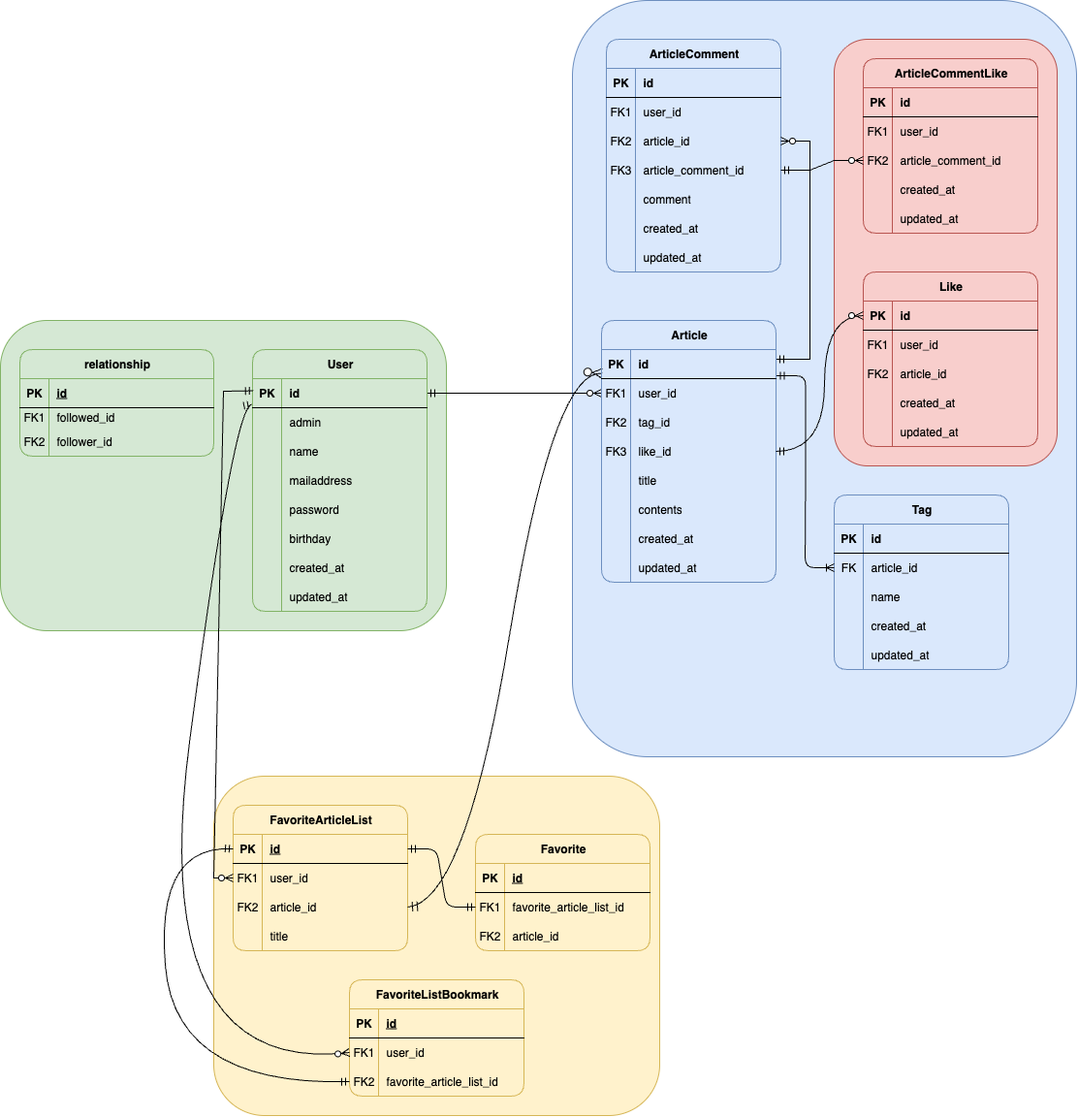
Before: app/assets/images/ER図.png, a diagram exported from draw.io (yoshida1126/articles_app). Source tidied: cells renumbered, new cells last; positions are measured from the earlier drawing's top-left corner, leaving out a move shared by most shapes.
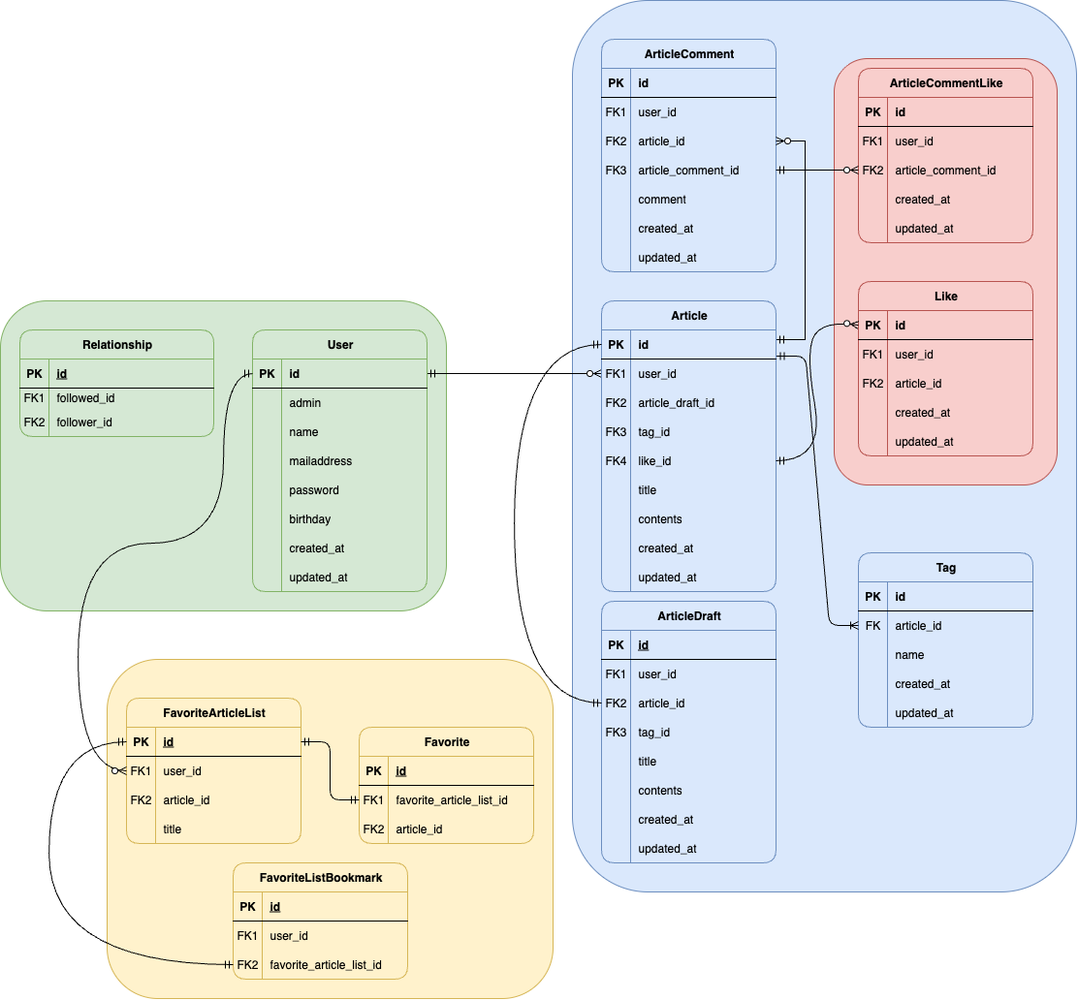
Above is the later version.

What changed in the source:
```diff
@@ -4,10 +4,10 @@
     <mxCell id="1" parent="0" />
+    <mxCell id="3" style="rounded=1;whiteSpace=wrap;html=1;fillColor=#dae8fc;strokeColor=#6c8ebf;" parent="1" vertex="1">
+      <mxGeometry x="590" y="20" width="520" height="920" as="geometry" />
+    </mxCell>
     <mxCell id="2" style="rounded=1;whiteSpace=wrap;html=1;fillColor=#fff2cc;strokeColor=#d6b656;" parent="1" vertex="1">
-      <mxGeometry x="220" y="800" width="460" height="350" as="geometry" />
+      <mxGeometry x="110" y="700" width="460" height="350" as="geometry" />
     </mxCell>
-    <mxCell id="3" style="rounded=1;whiteSpace=wrap;html=1;fillColor=#dae8fc;strokeColor=#6c8ebf;" parent="1" vertex="1">
-      <mxGeometry x="590" width="520" height="780" as="geometry" />
-    </mxCell>
     <mxCell id="4" style="rounded=1;whiteSpace=wrap;html=1;fillColor=#f8cecc;strokeColor=#b85450;" parent="1" vertex="1">
-      <mxGeometry x="860" y="40" width="230" height="440" as="geometry" />
+      <mxGeometry x="860" y="80" width="230" height="440" as="geometry" />
     </mxCell>
@@ -20,3 +20,3 @@
     <mxCell id="7" value="Tag" style="shape=table;startSize=30;rowLines=0;fontStyle=1;align=center;html=1;fillColor=#dae8fc;strokeColor=#6c8ebf;rounded=1;" parent="1" vertex="1">
-      <mxGeometry x="860" y="510" width="180" height="180" as="geometry" />
+      <mxGeometry x="885" y="590" width="180" height="180" as="geometry" />
     </mxCell>
@@ -68,3 +68,3 @@
     <mxCell id="23" value="ArticleComment" style="shape=table;startSize=30;rowLines=0;fontStyle=1;align=center;html=1;fillColor=#dae8fc;strokeColor=#6c8ebf;rounded=1;" parent="1" vertex="1">
-      <mxGeometry x="625" y="40" width="180" height="240" as="geometry" />
+      <mxGeometry x="620" y="60" width="180" height="240" as="geometry" />
     </mxCell>
@@ -139,3 +139,3 @@
     <mxCell id="46" value="ArticleCommentLike" style="shape=table;startSize=30;rowLines=0;fontStyle=1;align=center;html=1;fillColor=#f8cecc;strokeColor=#b85450;rounded=1;" parent="1" vertex="1">
-      <mxGeometry x="890" y="60" width="180" height="180" as="geometry" />
+      <mxGeometry x="885" y="90" width="180" height="180" as="geometry" />
     </mxCell>
@@ -190,3 +190,3 @@
     <mxCell id="63" value="FavoriteArticleList" style="shape=table;startSize=30;rowLines=0;fontStyle=1;align=center;html=1;fillColor=#fff2cc;strokeColor=#d6b656;rounded=1;" parent="1" vertex="1">
-      <mxGeometry x="240" y="830" width="180" height="150" as="geometry" />
+      <mxGeometry x="130" y="740" width="180" height="150" as="geometry" />
     </mxCell>
@@ -228,12 +228,4 @@
     </mxCell>
-    <mxCell id="76" style="fontSize=12;html=1;endArrow=ERzeroToMany;startArrow=ERmandOne;rounded=0;startSize=8;endSize=8;curved=1;entryX=0.004;entryY=0.818;entryDx=0;entryDy=0;entryPerimeter=0;exitX=1;exitY=0.5;exitDx=0;exitDy=0;" parent="1" edge="1" source="70" target="139">
-      <mxGeometry relative="1" as="geometry">
-        <Array as="points">
-          <mxPoint x="480" y="930" />
-          <mxPoint x="570" y="380" />
-        </Array>
-      </mxGeometry>
-    </mxCell>
     <mxCell id="77" value="Favorite" style="shape=table;startSize=30;rowLines=0;fontStyle=1;align=center;html=1;fillColor=#fff2cc;strokeColor=#d6b656;rounded=1;" parent="1" vertex="1">
-      <mxGeometry x="490" y="860" width="180" height="120" as="geometry" />
+      <mxGeometry x="370" y="770" width="180" height="120" as="geometry" />
     </mxCell>
@@ -266,3 +258,3 @@
     </mxCell>
-    <mxCell id="87" value="relationship" style="shape=table;startSize=30;rowLines=0;fontStyle=1;align=center;html=1;fillColor=#d5e8d4;strokeColor=#82b366;rounded=1;" parent="1" vertex="1">
+    <mxCell id="87" value="Relationship" style="shape=table;startSize=30;rowLines=0;fontStyle=1;align=center;html=1;fillColor=#d5e8d4;strokeColor=#82b366;rounded=1;" parent="1" vertex="1">
       <mxGeometry x="20" y="360" width="200" height="110" as="geometry" />
@@ -372,3 +364,3 @@
     <mxCell id="122" value="Like" style="shape=table;startSize=30;rowLines=0;fontStyle=1;align=center;html=1;fillColor=#f8cecc;strokeColor=#b85450;rounded=1;" parent="1" vertex="1">
-      <mxGeometry x="890" y="280" width="180" height="180" as="geometry" />
+      <mxGeometry x="885" y="310" width="180" height="180" as="geometry" />
     </mxCell>
@@ -420,3 +412,3 @@
     <mxCell id="138" value="Article" style="shape=table;startSize=30;rowLines=0;fontStyle=1;align=center;html=1;fillColor=#dae8fc;strokeColor=#6c8ebf;rounded=1;" parent="1" vertex="1">
-      <mxGeometry x="620" y="330" width="180" height="270" as="geometry" />
+      <mxGeometry x="620" y="330" width="180" height="300" as="geometry" />
     </mxCell>
@@ -440,6 +432,15 @@
     </mxCell>
+    <mxCell id="179" style="shape=tableRow;horizontal=0;startSize=0;swimlaneHead=0;swimlaneBody=0;fillColor=none;top=0;left=0;right=0;bottom=0;rounded=1;" parent="138" vertex="1">
+      <mxGeometry y="90" width="180" height="30" as="geometry" />
+    </mxCell>
+    <mxCell id="180" value="FK2" style="shape=partialRectangle;fillColor=none;top=0;left=0;bottom=0;right=0;overflow=hidden;whiteSpace=wrap;html=1;rounded=1;" parent="179" vertex="1">
+      <mxGeometry width="30" height="30" as="geometry" />
+    </mxCell>
+    <mxCell id="181" value="article_draft_id" style="shape=partialRectangle;fillColor=none;top=0;left=0;bottom=0;right=0;align=left;spacingLeft=6;overflow=hidden;whiteSpace=wrap;html=1;rounded=1;" parent="179" vertex="1">
+      <mxGeometry x="30" width="150" height="30" as="geometry" />
+    </mxCell>
     <mxCell id="145" style="shape=tableRow;horizontal=0;startSize=0;swimlaneHead=0;swimlaneBody=0;fillColor=none;top=0;left=0;right=0;bottom=0;rounded=1;" parent="138" vertex="1">
-      <mxGeometry y="90" width="180" height="30" as="geometry" />
+      <mxGeometry y="120" width="180" height="30" as="geometry" />
     </mxCell>
-    <mxCell id="146" value="FK2" style="shape=partialRectangle;fillColor=none;top=0;left=0;bottom=0;right=0;overflow=hidden;whiteSpace=wrap;html=1;rounded=1;" parent="145" vertex="1">
+    <mxCell id="146" value="FK3" style="shape=partialRectangle;fillColor=none;top=0;left=0;bottom=0;right=0;overflow=hidden;whiteSpace=wrap;html=1;rounded=1;" parent="145" vertex="1">
       <mxGeometry width="30" height="30" as="geometry" />
@@ -450,5 +451,5 @@
     <mxCell id="148" style="shape=tableRow;horizontal=0;startSize=0;swimlaneHead=0;swimlaneBody=0;fillColor=none;points=[[0,0.5],[1,0.5]];portConstraint=eastwest;top=0;left=0;right=0;bottom=0;rounded=1;" parent="138" vertex="1">
-      <mxGeometry y="120" width="180" height="30" as="geometry" />
+      <mxGeometry y="150" width="180" height="30" as="geometry" />
     </mxCell>
-    <mxCell id="149" value="FK3" style="shape=partialRectangle;fillColor=none;top=0;left=0;bottom=0;right=0;overflow=hidden;whiteSpace=wrap;html=1;rounded=1;" parent="148" vertex="1">
+    <mxCell id="149" value="FK4" style="shape=partialRectangle;fillColor=none;top=0;left=0;bottom=0;right=0;overflow=hidden;whiteSpace=wrap;html=1;rounded=1;" parent="148" vertex="1">
       <mxGeometry width="30" height="30" as="geometry" />
@@ -459,3 +460,3 @@
     <mxCell id="151" style="shape=tableRow;horizontal=0;startSize=0;swimlaneHead=0;swimlaneBody=0;fillColor=none;top=0;left=0;right=0;bottom=0;rounded=1;" parent="138" vertex="1">
-      <mxGeometry y="150" width="180" height="30" as="geometry" />
+      <mxGeometry y="180" width="180" height="30" as="geometry" />
     </mxCell>
@@ -468,3 +469,3 @@
     <mxCell id="154" style="shape=tableRow;horizontal=0;startSize=0;swimlaneHead=0;swimlaneBody=0;fillColor=none;top=0;left=0;right=0;bottom=0;rounded=1;" parent="138" vertex="1">
-      <mxGeometry y="180" width="180" height="30" as="geometry" />
+      <mxGeometry y="210" width="180" height="30" as="geometry" />
     </mxCell>
@@ -477,3 +478,3 @@
     <mxCell id="157" style="shape=tableRow;horizontal=0;startSize=0;swimlaneHead=0;swimlaneBody=0;fillColor=none;top=0;left=0;right=0;bottom=0;rounded=1;" parent="138" vertex="1">
-      <mxGeometry y="210" width="180" height="30" as="geometry" />
+      <mxGeometry y="240" width="180" height="30" as="geometry" />
     </mxCell>
@@ -486,3 +487,3 @@
     <mxCell id="160" style="shape=tableRow;horizontal=0;startSize=0;swimlaneHead=0;swimlaneBody=0;fillColor=none;top=0;left=0;right=0;bottom=0;rounded=1;" parent="138" vertex="1">
-      <mxGeometry y="240" width="180" height="30" as="geometry" />
+      <mxGeometry y="270" width="180" height="30" as="geometry" />
     </mxCell>
@@ -495,3 +496,3 @@
     <mxCell id="163" value="FavoriteListBookmark" style="shape=table;startSize=30;rowLines=0;fontStyle=1;align=center;html=1;fillColor=#fff2cc;strokeColor=#d6b656;rounded=1;" parent="1" vertex="1">
-      <mxGeometry x="360" y="1010" width="180" height="120" as="geometry" />
+      <mxGeometry x="240" y="910" width="180" height="120" as="geometry" />
     </mxCell>
@@ -524,7 +525,22 @@
     </mxCell>
+    <mxCell id="175" style="fontSize=12;html=1;endArrow=ERzeroToMany;startArrow=ERmandOne;rounded=0;curved=1;exitX=1;exitY=0.5;exitDx=0;exitDy=0;entryX=0;entryY=0.5;entryDx=0;entryDy=0;" parent="1" edge="1" source="148" target="123">
+      <mxGeometry relative="1" as="geometry">
+        <Array as="points">
+          <mxPoint x="850" y="495" />
+          <mxPoint x="830" y="380" />
+          <mxPoint x="850" y="350" />
+        </Array>
+      </mxGeometry>
+    </mxCell>
+    <mxCell id="176" style="edgeStyle=entityRelationEdgeStyle;fontSize=12;html=1;endArrow=ERmandOne;startArrow=ERmandOne;rounded=1;entryX=1;entryY=0.5;entryDx=0;entryDy=0;" parent="1" edge="1" source="81" target="64">
+      <mxGeometry relative="1" as="geometry" />
+    </mxCell>
+    <mxCell id="178" style="edgeStyle=entityRelationEdgeStyle;fontSize=12;html=1;endArrow=ERoneToMany;startArrow=ERmandOne;rounded=1;exitX=1.003;exitY=0.899;exitDx=0;exitDy=0;exitPerimeter=0;" parent="1" edge="1" source="139" target="11">
+      <mxGeometry relative="1" as="geometry" />
+    </mxCell>
-    <mxCell id="173" style="fontSize=12;html=1;endArrow=ERmandOne;startArrow=ERmandOne;rounded=0;curved=1;exitX=0;exitY=0.5;exitDx=0;exitDy=0;entryX=0;entryY=0.5;entryDx=0;entryDy=0;" parent="1" edge="1" source="170" target="64">
+    <mxCell id="173" style="edgeStyle=orthogonalEdgeStyle;fontSize=12;html=1;endArrow=ERmandOne;startArrow=ERmandOne;rounded=0;curved=1;entryX=0;entryY=0.5;entryDx=0;entryDy=0;exitX=0;exitY=0.5;exitDx=0;exitDy=0;" parent="1" edge="1" source="170" target="64">
       <mxGeometry relative="1" as="geometry">
         <Array as="points">
-          <mxPoint x="180" y="1120" />
-          <mxPoint x="160" y="870" />
+          <mxPoint x="50" y="1015" />
+          <mxPoint x="50" y="785" />
         </Array>
@@ -532,7 +548,9 @@
     </mxCell>
-    <mxCell id="174" style="fontSize=12;html=1;endArrow=ERzeroToMany;startArrow=ERmandOne;rounded=0;exitX=0.004;exitY=0.418;exitDx=0;exitDy=0;entryX=0;entryY=0.5;entryDx=0;entryDy=0;exitPerimeter=0;" parent="1" edge="1" source="98" target="67">
+    <mxCell id="174" style="edgeStyle=orthogonalEdgeStyle;fontSize=12;html=1;endArrow=ERzeroToMany;startArrow=ERmandOne;rounded=0;curved=1;exitX=0;exitY=0.5;exitDx=0;exitDy=0;entryX=0;entryY=0.5;entryDx=0;entryDy=0;" parent="1" edge="1" source="98" target="67">
       <mxGeometry relative="1" as="geometry">
         <Array as="points">
-          <mxPoint x="230" y="403" />
-          <mxPoint x="220" y="905" />
+          <mxPoint x="230" y="405" />
+          <mxPoint x="230" y="580" />
+          <mxPoint x="80" y="580" />
+          <mxPoint x="80" y="815" />
         </Array>
@@ -540,24 +558,85 @@
     </mxCell>
-    <mxCell id="175" style="fontSize=12;html=1;endArrow=ERzeroToMany;startArrow=ERmandOne;rounded=0;entryX=0;entryY=0.5;entryDx=0;entryDy=0;curved=1;exitX=1;exitY=0.5;exitDx=0;exitDy=0;" parent="1" edge="1" source="148" target="123">
-      <mxGeometry relative="1" as="geometry">
-        <Array as="points">
-          <mxPoint x="850" y="465" />
-          <mxPoint x="850" y="325" />
-        </Array>
-      </mxGeometry>
-    </mxCell>
-    <mxCell id="176" style="edgeStyle=entityRelationEdgeStyle;fontSize=12;html=1;endArrow=ERmandOne;startArrow=ERmandOne;rounded=1;entryX=1;entryY=0.5;entryDx=0;entryDy=0;" parent="1" edge="1" source="81" target="64">
-      <mxGeometry relative="1" as="geometry" />
-    </mxCell>
-    <mxCell id="177" style="fontSize=12;html=1;endArrow=ERzeroToMany;startArrow=ERmandOne;rounded=0;curved=1;exitX=-0.005;exitY=0.879;exitDx=0;exitDy=0;entryX=0;entryY=0.5;entryDx=0;entryDy=0;exitPerimeter=0;" parent="1" edge="1" source="98" target="167">
-      <mxGeometry relative="1" as="geometry">
-        <Array as="points">
-          <mxPoint x="240" y="420" />
-          <mxPoint x="150" y="1110" />
-        </Array>
-      </mxGeometry>
-    </mxCell>
-    <mxCell id="178" style="edgeStyle=entityRelationEdgeStyle;fontSize=12;html=1;endArrow=ERoneToMany;startArrow=ERmandOne;rounded=1;exitX=1.003;exitY=0.899;exitDx=0;exitDy=0;exitPerimeter=0;" parent="1" edge="1" source="139" target="11">
-      <mxGeometry relative="1" as="geometry" />
-    </mxCell>
+    <mxCell id="182" value="ArticleDraft" style="shape=table;startSize=30;rowLines=0;fontStyle=1;align=center;html=1;rounded=1;fillColor=#dae8fc;strokeColor=#6c8ebf;" parent="1" vertex="1">
+      <mxGeometry x="620" y="640" width="180" height="270" as="geometry" />
+    </mxCell>
+    <mxCell id="183" style="shape=tableRow;horizontal=0;startSize=0;swimlaneHead=0;swimlaneBody=0;fillColor=none;top=0;left=0;right=0;bottom=1;" parent="182" vertex="1">
+      <mxGeometry y="30" width="180" height="30" as="geometry" />
+    </mxCell>
+    <mxCell id="184" value="PK" style="shape=partialRectangle;fillColor=none;top=0;left=0;bottom=0;right=0;fontStyle=1;overflow=hidden;whiteSpace=wrap;html=1;" parent="183" vertex="1">
+      <mxGeometry width="30" height="30" as="geometry" />
+    </mxCell>
+    <mxCell id="185" value="id" style="shape=partialRectangle;fillColor=none;top=0;left=0;bottom=0;right=0;align=left;spacingLeft=6;fontStyle=5;overflow=hidden;whiteSpace=wrap;html=1;" parent="183" vertex="1">
+      <mxGeometry x="30" width="150" height="30" as="geometry" />
+    </mxCell>
+    <mxCell id="186" style="shape=tableRow;horizontal=0;startSize=0;swimlaneHead=0;swimlaneBody=0;fillColor=none;top=0;left=0;right=0;bottom=0;" parent="182" vertex="1">
+      <mxGeometry y="60" width="180" height="30" as="geometry" />
+    </mxCell>
+    <mxCell id="187" value="FK1" style="shape=partialRectangle;fillColor=none;top=0;left=0;bottom=0;right=0;overflow=hidden;whiteSpace=wrap;html=1;" parent="186" vertex="1">
+      <mxGeometry width="30" height="30" as="geometry" />
+    </mxCell>
+    <mxCell id="188" value="user_id" style="shape=partialRectangle;fillColor=none;top=0;left=0;bottom=0;right=0;align=left;spacingLeft=6;overflow=hidden;whiteSpace=wrap;html=1;" parent="186" vertex="1">
+      <mxGeometry x="30" width="150" height="30" as="geometry" />
+    </mxCell>
+    <mxCell id="189" style="shape=tableRow;horizontal=0;startSize=0;swimlaneHead=0;swimlaneBody=0;fillColor=none;points=[[0,0.5],[1,0.5]];portConstraint=eastwest;top=0;left=0;right=0;bottom=0;" parent="182" vertex="1">
+      <mxGeometry y="90" width="180" height="30" as="geometry" />
+    </mxCell>
+    <mxCell id="190" value="FK2" style="shape=partialRectangle;fillColor=none;top=0;left=0;bottom=0;right=0;overflow=hidden;whiteSpace=wrap;html=1;" parent="189" vertex="1">
+      <mxGeometry width="30" height="30" as="geometry" />
+    </mxCell>
+    <mxCell id="191" value="article_id" style="shape=partialRectangle;fillColor=none;top=0;left=0;bottom=0;right=0;align=left;spacingLeft=6;overflow=hidden;whiteSpace=wrap;html=1;" parent="189" vertex="1">
+      <mxGeometry x="30" width="150" height="30" as="geometry" />
+    </mxCell>
+    <mxCell id="192" style="shape=tableRow;horizontal=0;startSize=0;swimlaneHead=0;swimlaneBody=0;fillColor=none;top=0;left=0;right=0;bottom=0;" parent="182" vertex="1">
+      <mxGeometry y="120" width="180" height="30" as="geometry" />
+    </mxCell>
+    <mxCell id="193" value="FK3" style="shape=partialRectangle;fillColor=none;top=0;left=0;bottom=0;right=0;overflow=hidden;whiteSpace=wrap;html=1;" parent="192" vertex="1">
+      <mxGeometry width="30" height="30" as="geometry" />
+    </mxCell>
+    <mxCell id="194" value="tag_id" style="shape=partialRectangle;fillColor=none;top=0;left=0;bottom=0;right=0;align=left;spacingLeft=6;overflow=hidden;whiteSpace=wrap;html=1;" parent="192" vertex="1">
+      <mxGeometry x="30" width="150" height="30" as="geometry" />
+    </mxCell>
+    <mxCell id="195" style="shape=tableRow;horizontal=0;startSize=0;swimlaneHead=0;swimlaneBody=0;fillColor=none;top=0;left=0;right=0;bottom=0;" parent="182" vertex="1">
+      <mxGeometry y="150" width="180" height="30" as="geometry" />
+    </mxCell>
+    <mxCell id="196" style="shape=partialRectangle;fillColor=none;top=0;left=0;bottom=0;right=0;overflow=hidden;whiteSpace=wrap;html=1;" parent="195" vertex="1">
+      <mxGeometry width="30" height="30" as="geometry" />
+    </mxCell>
+    <mxCell id="197" value="title" style="shape=partialRectangle;fillColor=none;top=0;left=0;bottom=0;right=0;align=left;spacingLeft=6;overflow=hidden;whiteSpace=wrap;html=1;" parent="195" vertex="1">
+      <mxGeometry x="30" width="150" height="30" as="geometry" />
+    </mxCell>
+    <mxCell id="198" style="shape=tableRow;horizontal=0;startSize=0;swimlaneHead=0;swimlaneBody=0;fillColor=none;top=0;left=0;right=0;bottom=0;" parent="182" vertex="1">
+      <mxGeometry y="180" width="180" height="30" as="geometry" />
+    </mxCell>
+    <mxCell id="199" style="shape=partialRectangle;fillColor=none;top=0;left=0;bottom=0;right=0;overflow=hidden;whiteSpace=wrap;html=1;" parent="198" vertex="1">
+      <mxGeometry width="30" height="30" as="geometry" />
+    </mxCell>
+    <mxCell id="200" value="contents" style="shape=partialRectangle;fillColor=none;top=0;left=0;bottom=0;right=0;align=left;spacingLeft=6;overflow=hidden;whiteSpace=wrap;html=1;" parent="198" vertex="1">
+      <mxGeometry x="30" width="150" height="30" as="geometry" />
+    </mxCell>
+    <mxCell id="201" style="shape=tableRow;horizontal=0;startSize=0;swimlaneHead=0;swimlaneBody=0;fillColor=none;top=0;left=0;right=0;bottom=0;" parent="182" vertex="1">
+      <mxGeometry y="210" width="180" height="30" as="geometry" />
+    </mxCell>
+    <mxCell id="202" style="shape=partialRectangle;fillColor=none;top=0;left=0;bottom=0;right=0;overflow=hidden;whiteSpace=wrap;html=1;" parent="201" vertex="1">
+      <mxGeometry width="30" height="30" as="geometry" />
+    </mxCell>
+    <mxCell id="203" value="created_at" style="shape=partialRectangle;fillColor=none;top=0;left=0;bottom=0;right=0;align=left;spacingLeft=6;overflow=hidden;whiteSpace=wrap;html=1;" parent="201" vertex="1">
+      <mxGeometry x="30" width="150" height="30" as="geometry" />
+    </mxCell>
+    <mxCell id="204" style="shape=tableRow;horizontal=0;startSize=0;swimlaneHead=0;swimlaneBody=0;fillColor=none;top=0;left=0;right=0;bottom=0;" parent="182" vertex="1">
+      <mxGeometry y="240" width="180" height="30" as="geometry" />
+    </mxCell>
+    <mxCell id="205" style="shape=partialRectangle;fillColor=none;top=0;left=0;bottom=0;right=0;overflow=hidden;whiteSpace=wrap;html=1;" parent="204" vertex="1">
+      <mxGeometry width="30" height="30" as="geometry" />
+    </mxCell>
+    <mxCell id="206" value="updated_at" style="shape=partialRectangle;fillColor=none;top=0;left=0;bottom=0;right=0;align=left;spacingLeft=6;overflow=hidden;whiteSpace=wrap;html=1;" parent="204" vertex="1">
+      <mxGeometry x="30" width="150" height="30" as="geometry" />
+    </mxCell>
+    <mxCell id="207" style="edgeStyle=orthogonalEdgeStyle;fontSize=12;html=1;endArrow=ERmandOne;startArrow=ERmandOne;rounded=0;curved=1;entryX=0;entryY=0.5;entryDx=0;entryDy=0;exitX=0;exitY=0.5;exitDx=0;exitDy=0;" parent="1" edge="1" source="189" target="139">
+      <mxGeometry relative="1" as="geometry">
+        <Array as="points">
+          <mxPoint x="530" y="745" />
+          <mxPoint x="530" y="375" />
+        </Array>
+      </mxGeometry>
+    </mxCell>
   </root>
```
